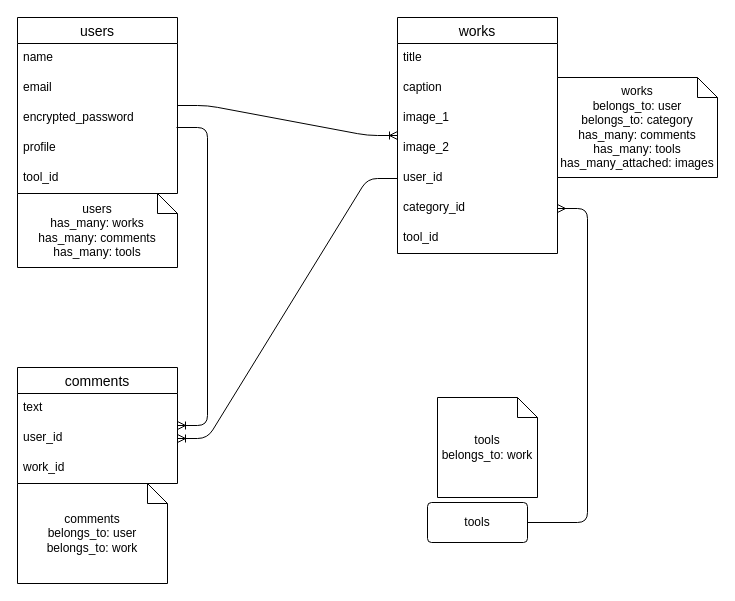
Above: ER.drawio in Jumoku-tree/phollowings (draw.io), before the change. Source tidied: cells renumbered, new cells numbered last; positions are measured from the earlier drawing's top-left corner, leaving out a move shared by most shapes. Both pictures are drawn from the tidied source at 100%, with x=0, y=0 at pixel (17, 17).
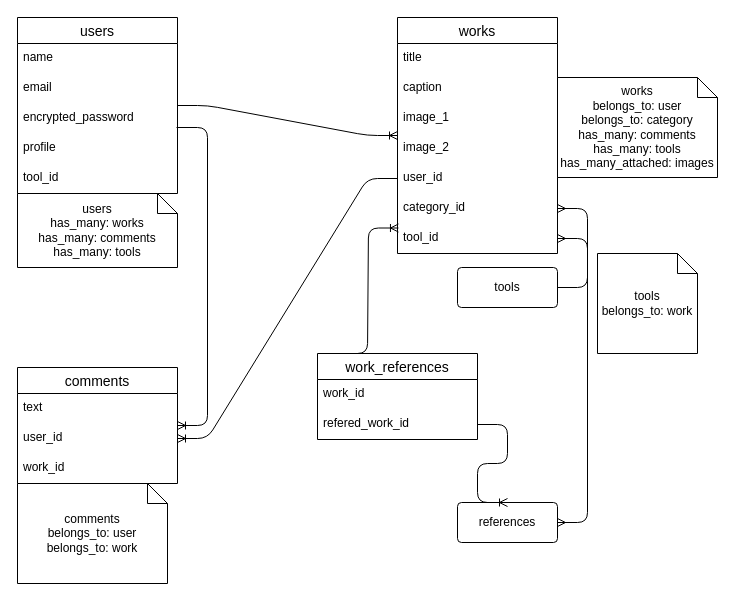
The same page after the edit.

Unchanged cells that the change refers to:
```xml
<mxCell id="15" value="tool_id" style="text;strokeColor=none;fillColor=none;spacingLeft=4;spacingRight=4;overflow=hidden;points=[[0,0.5],[1,0.5]];portConstraint=eastwest;fontSize=12;" parent="8" vertex="1">
  <mxGeometry y="206" width="160" height="30" as="geometry" />
</mxCell>
```

The edit, as a diff of the source:
```diff
@@
     <mxCell id="26" value="tools" style="rounded=1;arcSize=10;whiteSpace=wrap;html=1;align=center;" parent="1" vertex="1">
-      <mxGeometry x="410" y="485" width="100" height="40" as="geometry" />
+      <mxGeometry x="440" y="250" width="100" height="40" as="geometry" />
     </mxCell>
@@
     <mxCell id="28" value="tools&lt;br&gt;belongs_to: work" style="shape=note;size=20;whiteSpace=wrap;html=1;" parent="1" vertex="1">
-      <mxGeometry x="420" y="380" width="100" height="100" as="geometry" />
+      <mxGeometry x="580" y="236" width="100" height="100" as="geometry" />
     </mxCell>
+    <mxCell id="29" value="references" style="rounded=1;arcSize=10;whiteSpace=wrap;html=1;align=center;" parent="1" vertex="1">
+      <mxGeometry x="440" y="485" width="100" height="40" as="geometry" />
+    </mxCell>
+    <mxCell id="30" style="edgeStyle=entityRelationEdgeStyle;fontSize=12;html=1;endArrow=ERmany;startArrow=ERmany;" parent="1" edge="1" source="29" target="15">
+      <mxGeometry relative="1" as="geometry" />
+    </mxCell>
+    <mxCell id="31" value="work_references" style="swimlane;fontStyle=0;horizontal=1;startSize=26;align=center;fontSize=14;" parent="1" vertex="1">
+      <mxGeometry x="300" y="336" width="160" height="86" as="geometry" />
+    </mxCell>
+    <mxCell id="32" value="work_id" style="text;strokeColor=none;fillColor=none;spacingLeft=4;spacingRight=4;overflow=hidden;fontSize=12;" parent="31" vertex="1">
+      <mxGeometry y="26" width="160" height="30" as="geometry" />
+    </mxCell>
+    <mxCell id="33" value="refered_work_id" style="text;strokeColor=none;fillColor=none;spacingLeft=4;spacingRight=4;overflow=hidden;points=[[0,0.5],[1,0.5]];portConstraint=eastwest;fontSize=12;" parent="31" vertex="1">
+      <mxGeometry y="56" width="160" height="30" as="geometry" />
+    </mxCell>
+    <mxCell id="34" style="edgeStyle=entityRelationEdgeStyle;fontSize=12;html=1;endArrow=ERoneToMany;entryX=0.006;entryY=0.15;entryDx=0;entryDy=0;entryPerimeter=0;" parent="1" edge="1" target="15">
+      <mxGeometry relative="1" as="geometry">
+        <mxPoint x="320" y="336" as="sourcePoint" />
+      </mxGeometry>
+    </mxCell>
+    <mxCell id="35" style="edgeStyle=entityRelationEdgeStyle;fontSize=12;html=1;endArrow=ERoneToMany;entryX=0.5;entryY=0;entryDx=0;entryDy=0;" parent="1" edge="1" source="33" target="29">
+      <mxGeometry relative="1" as="geometry" />
+    </mxCell>
```
